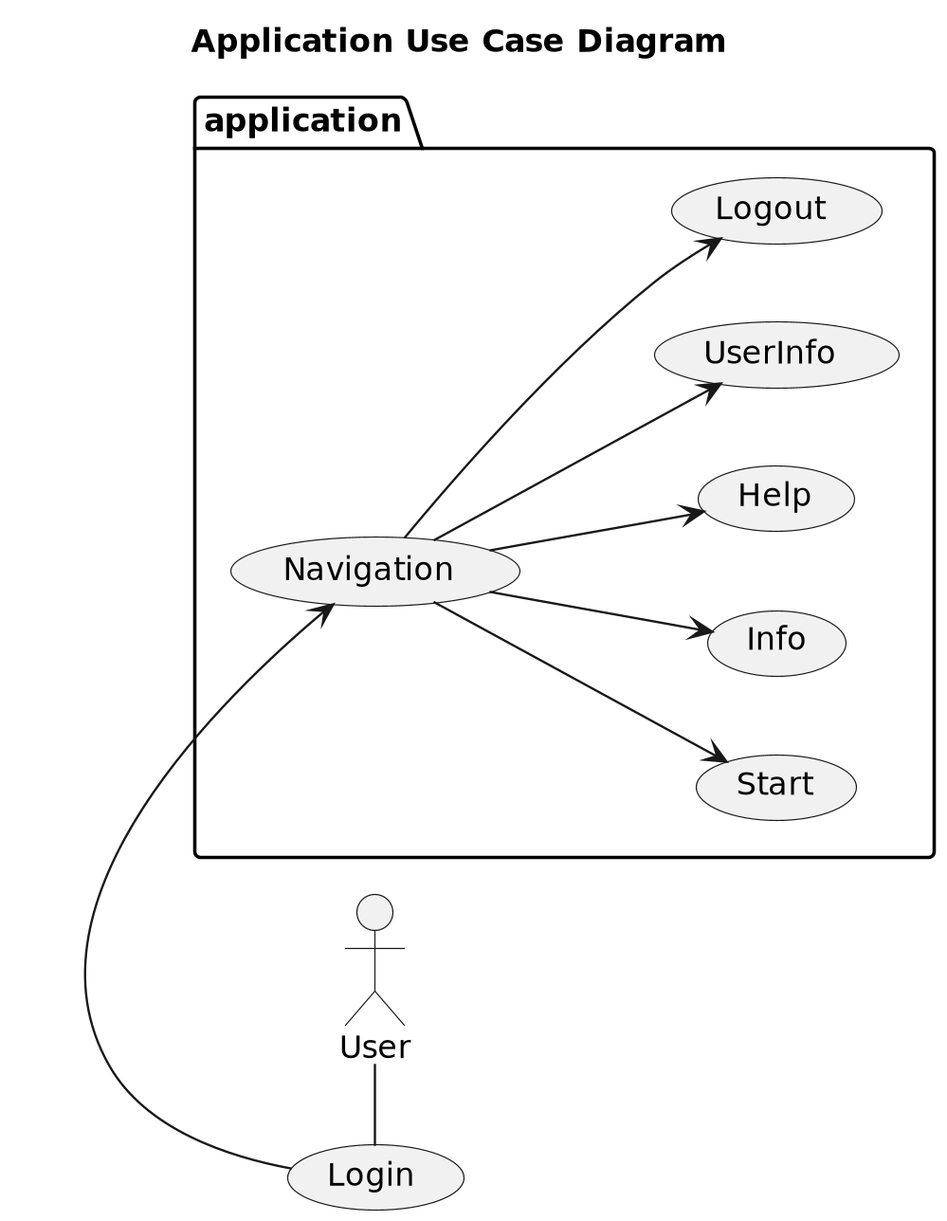
Before: etc/uml/application/Application__UseCases-Application_Use_Case_Diagram.png, a diagram exported from PlantUML (Jakarta-EE-Petclinic/petclinic-uml). The source it was exported from:
```plantuml
@startuml

title Application Use Case Diagram


left to right direction

scale 1000 width

User - (Login)
package application {
    (Login) -> (Navigation)
    (Navigation) --> (Start)
    (Navigation) --> (Info)
    (Navigation) --> (Help)
    (Navigation) --> (UserInfo)
    (Navigation) --> (Logout)
}
@enduml
```
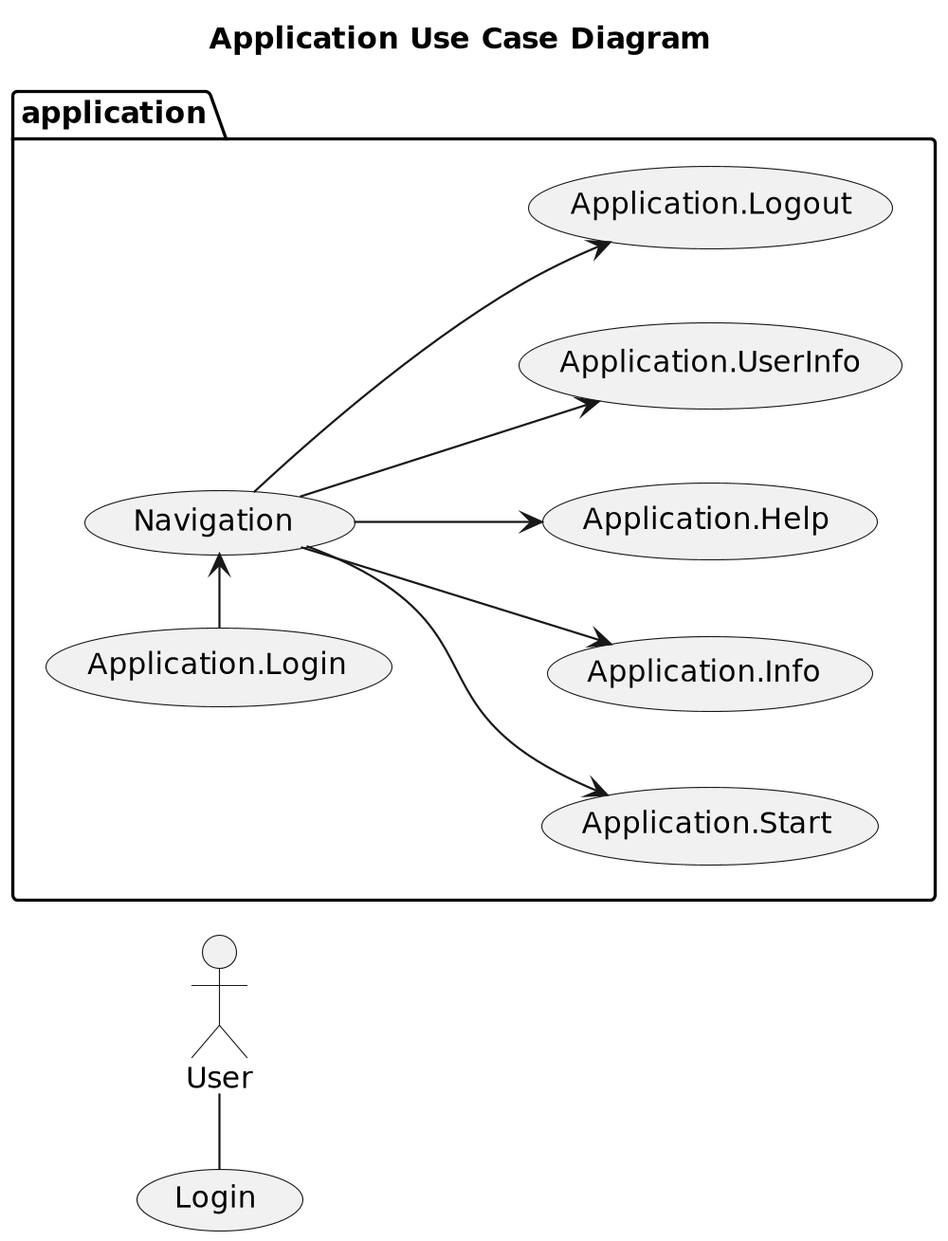
Above is the later version.

Diff of the diagram source:
```diff
@@ -9,11 +9,11 @@
 
 User - (Login)
 package application {
-    (Login) -> (Navigation)
-    (Navigation) --> (Start)
-    (Navigation) --> (Info)
-    (Navigation) --> (Help)
-    (Navigation) --> (UserInfo)
-    (Navigation) --> (Logout)
+    (Application.Login) -> (Navigation)
+    (Navigation) --> (Application.Start)
+    (Navigation) --> (Application.Info)
+    (Navigation) --> (Application.Help)
+    (Navigation) --> (Application.UserInfo)
+    (Navigation) --> (Application.Logout)
 }
 @enduml
```
